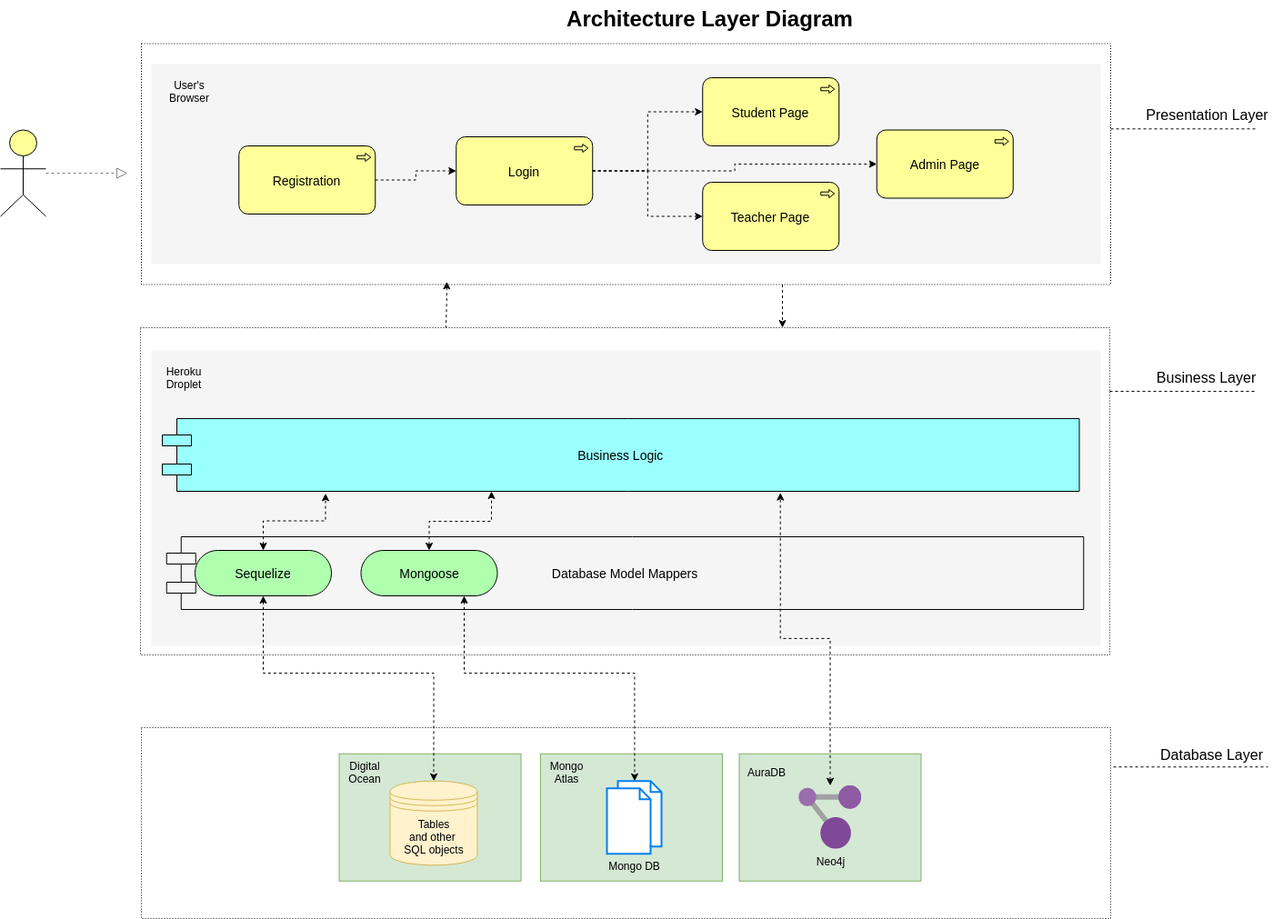
Earlier version of the draw.io export docs/layered-architecture.drawio.png (stefanosAgelastos/multi-db-web-server). Source tidied: cells renumbered, new cells last; positions are measured from the earlier drawing's top-left corner, leaving out a move shared by most shapes.
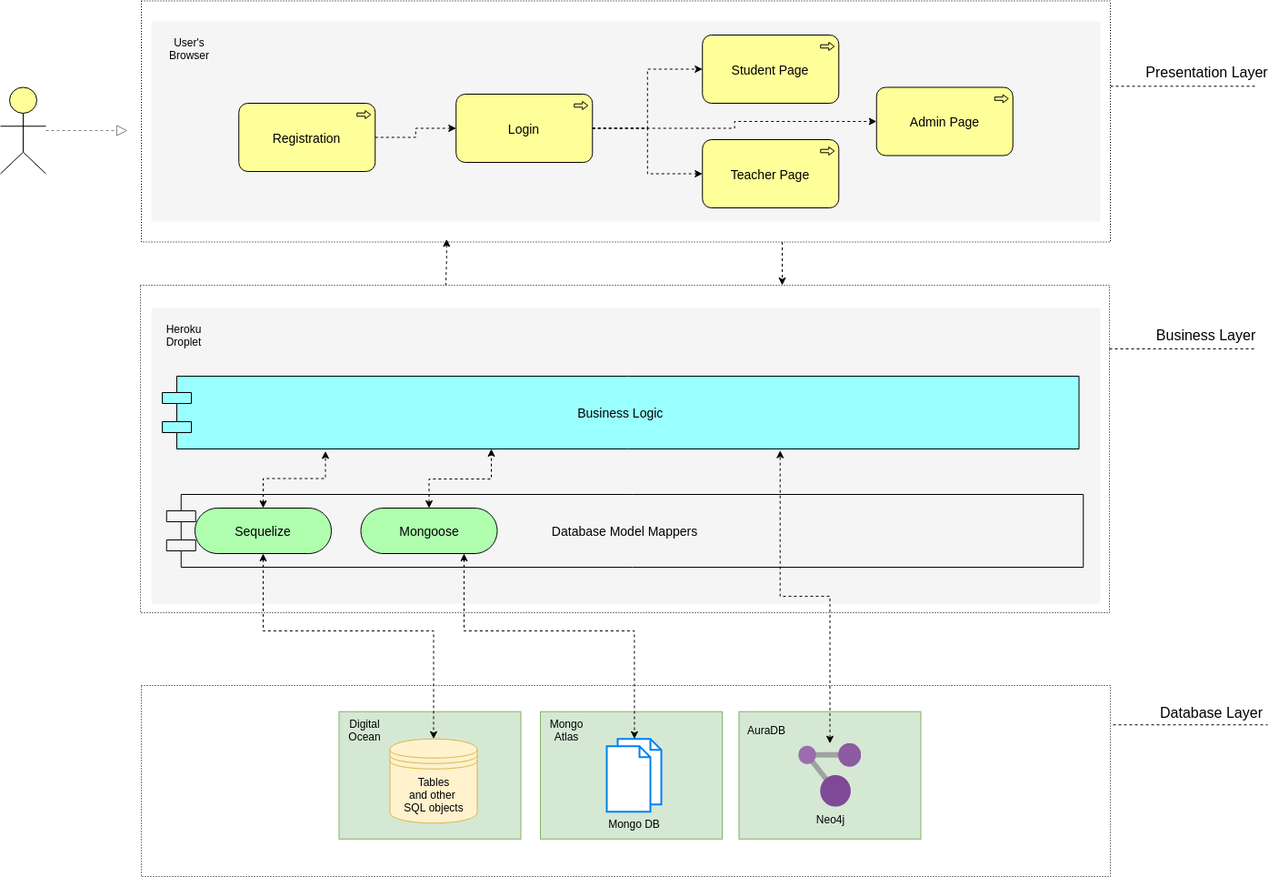
The same file after the commit.

Commit message:
remove title from diagram

What changed in the source:
```diff
@@ -45,9 +45,6 @@
     <mxCell id="13" style="html=1;whiteSpace=wrap;fillColor=#ffff99;shape=mxgraph.archimate3.actor;fontSize=14;" parent="1" vertex="1">
       <mxGeometry y="142.5" width="50" height="95" as="geometry" />
     </mxCell>
-    <mxCell id="14" value="Architecture Layer Diagram" style="text;strokeColor=none;fillColor=none;html=1;fontSize=24;fontStyle=1;verticalAlign=middle;align=center;" parent="1" vertex="1">
-      <mxGeometry x="150" width="1260" height="40" as="geometry" />
-    </mxCell>
     <mxCell id="15" style="edgeStyle=orthogonalEdgeStyle;rounded=0;jettySize=auto;html=1;entryX=0;entryY=0.5;entryDx=0;entryDy=0;entryPerimeter=0;dashed=1;fontSize=16;startArrow=none;startFill=0;endArrow=classic;endFill=1;" parent="1" edge="1" source="16" target="20">
       <mxGeometry relative="1" as="geometry" />
     </mxCell>
```
